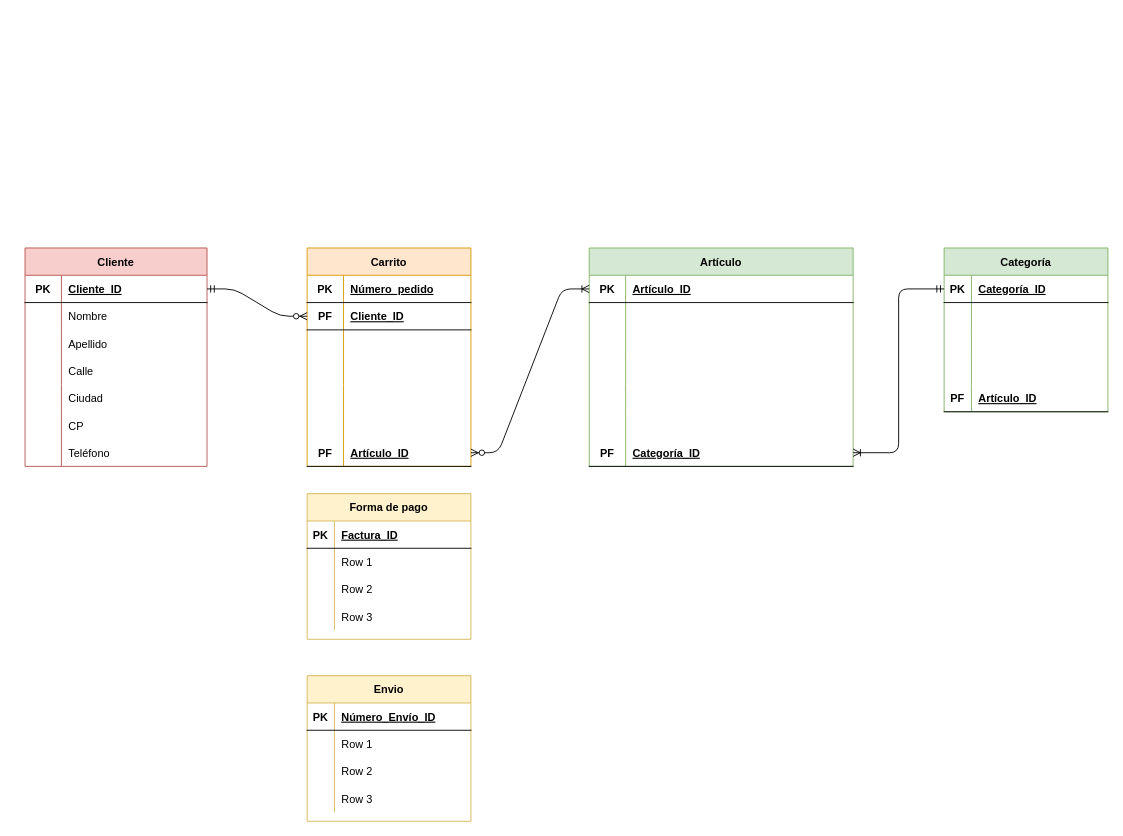
fabrikolof/jap_repository keeps this draw.io diagram as Untitled Diagram.drawio. Above is the earlier version. Source tidied: cells renumbered, new cells numbered last; positions are measured from the earlier drawing's top-left corner, leaving out a move shared by most shapes. Both pictures are drawn from the tidied source at 91%, with x=0, y=0 at pixel (25, 248).
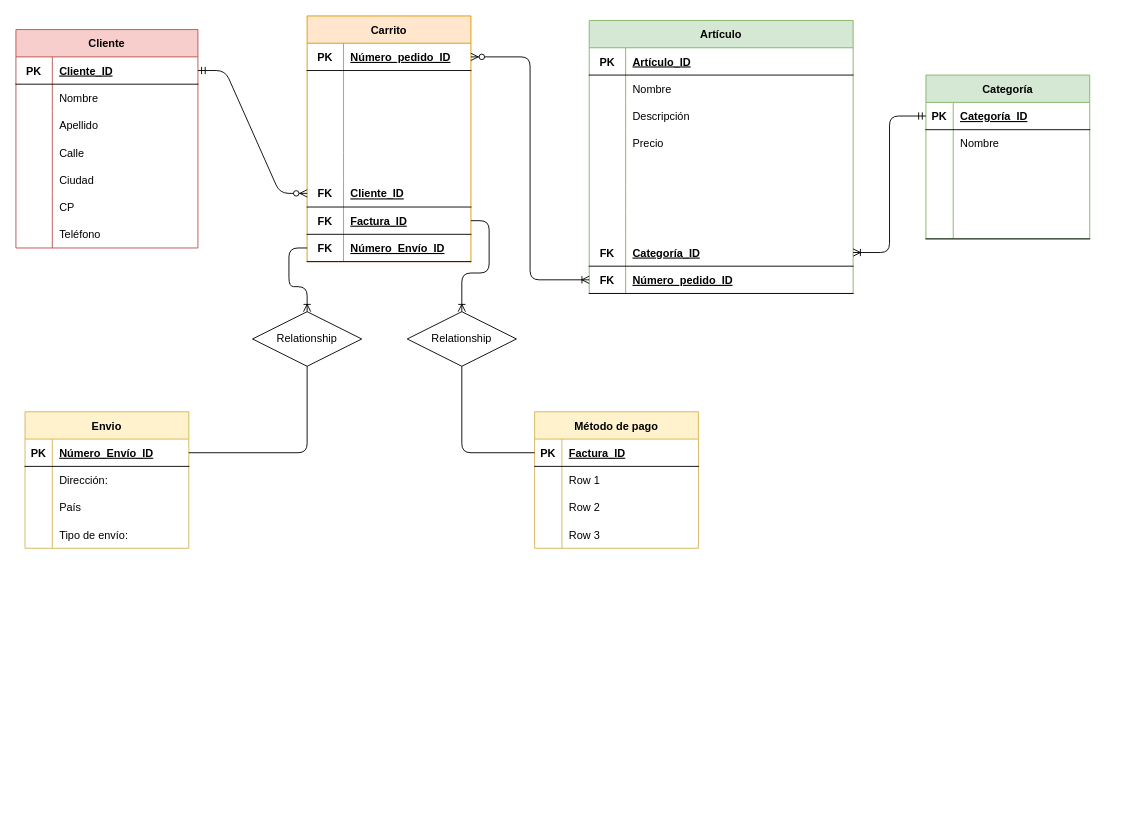
The same diagram, later.

Unchanged cells that the change refers to:
```xml
<mxCell id="25" style="shape=partialRectangle;fillColor=none;top=0;left=0;bottom=1;right=0;points=[[0,0.5],[1,0.5]];portConstraint=eastwest;" parent="24" vertex="1">
  <mxGeometry y="30" width="290" height="30" as="geometry" />
</mxCell>
<mxCell id="28" style="shape=partialRectangle;fillColor=none;top=0;left=0;bottom=0;right=0;" parent="24" vertex="1">
  <mxGeometry y="60" width="290" height="30" as="geometry" />
</mxCell>
<mxCell id="31" style="shape=partialRectangle;fillColor=none;top=0;left=0;bottom=0;right=0;" parent="24" vertex="1">
  <mxGeometry y="90" width="290" height="30" as="geometry" />
</mxCell>
<mxCell id="34" style="shape=partialRectangle;fillColor=none;top=0;left=0;bottom=0;right=0;" parent="24" vertex="1">
  <mxGeometry y="120" width="290" height="30" as="geometry" />
</mxCell>
<mxCell id="47" style="shape=partialRectangle;fillColor=none;top=0;left=0;bottom=1;right=0;points=[[0,0.5],[1,0.5]];portConstraint=eastwest;" parent="46" vertex="1">
  <mxGeometry y="30" width="180" height="30" as="geometry" />
</mxCell>
<mxCell id="65" style="shape=partialRectangle;fillColor=none;top=0;left=0;bottom=1;right=0;points=[[0,0.5],[1,0.5]];portConstraint=eastwest;" parent="46" vertex="1">
  <mxGeometry y="210" width="180" height="30" as="geometry" />
</mxCell>
<mxCell id="72" style="shape=partialRectangle;fillColor=none;top=0;left=0;bottom=0;right=0;" parent="68" vertex="1">
  <mxGeometry y="60" width="180" height="30" as="geometry" />
</mxCell>
<mxCell id="81" style="shape=partialRectangle;fillColor=none;top=0;left=0;bottom=1;right=0;" parent="68" vertex="1">
  <mxGeometry y="150" width="180" height="30" as="geometry" />
</mxCell>
<mxCell id="85" style="shape=partialRectangle;fillColor=none;top=0;left=0;bottom=1;right=0;points=[[0,0.5],[1,0.5]];portConstraint=eastwest;" parent="84" vertex="1">
  <mxGeometry y="30" width="180" height="30" as="geometry" />
</mxCell>
<mxCell id="88" style="shape=partialRectangle;fillColor=none;top=0;left=0;bottom=0;right=0;" parent="84" vertex="1">
  <mxGeometry y="60" width="180" height="30" as="geometry" />
</mxCell>
<mxCell id="91" style="shape=partialRectangle;fillColor=none;top=0;left=0;bottom=0;right=0;" parent="84" vertex="1">
  <mxGeometry y="90" width="180" height="30" as="geometry" />
</mxCell>
<mxCell id="94" style="shape=partialRectangle;fillColor=none;top=0;left=0;bottom=0;right=0;" parent="84" vertex="1">
  <mxGeometry y="120" width="180" height="30" as="geometry" />
</mxCell>
<mxCell id="98" style="shape=partialRectangle;fillColor=none;top=0;left=0;bottom=1;right=0;points=[[0,0.5],[1,0.5]];portConstraint=eastwest;" parent="97" vertex="1">
  <mxGeometry y="30" width="180" height="30" as="geometry" />
</mxCell>
```

What changed in the source:
```diff
@@
     <mxCell id="2" value="Cliente" style="shape=table;startSize=30;childLayout=tableLayout;rowLines=0;fontStyle=1;align=center;fillColor=#f8cecc;strokeColor=#b85450;" parent="1" vertex="1">
-      <mxGeometry width="200" height="240" as="geometry" />
+      <mxGeometry x="-10" y="-240" width="200" height="240" as="geometry" />
     </mxCell>
@@
     <mxCell id="24" value="Artículo" style="shape=table;startSize=30;childLayout=tableLayout;rowLines=0;fontStyle=1;align=center;fillColor=#d5e8d4;strokeColor=#82b366;" parent="1" vertex="1">
-      <mxGeometry x="620" width="290" height="240" as="geometry" />
+      <mxGeometry x="620" y="-250" width="290" height="300" as="geometry" />
     </mxCell>
@@
-    <mxCell id="30" style="shape=partialRectangle;fillColor=none;top=0;left=0;bottom=0;right=0;align=left;spacingLeft=6;overflow=hidden;" parent="28" vertex="1">
+    <mxCell id="30" value="Nombre" style="shape=partialRectangle;fillColor=none;top=0;left=0;bottom=0;right=0;align=left;spacingLeft=6;overflow=hidden;" parent="28" vertex="1">
       <mxGeometry x="40" width="250" height="30" as="geometry" />
     </mxCell>
@@
-    <mxCell id="33" style="shape=partialRectangle;fillColor=none;top=0;left=0;bottom=0;right=0;align=left;spacingLeft=6;overflow=hidden;" parent="31" vertex="1">
+    <mxCell id="33" value="Descripción" style="shape=partialRectangle;fillColor=none;top=0;left=0;bottom=0;right=0;align=left;spacingLeft=6;overflow=hidden;" parent="31" vertex="1">
       <mxGeometry x="40" width="250" height="30" as="geometry" />
     </mxCell>
@@
-    <mxCell id="36" style="shape=partialRectangle;fillColor=none;top=0;left=0;bottom=0;right=0;align=left;spacingLeft=6;overflow=hidden;" parent="34" vertex="1">
+    <mxCell id="36" value="Precio" style="shape=partialRectangle;fillColor=none;top=0;left=0;bottom=0;right=0;align=left;spacingLeft=6;overflow=hidden;" parent="34" vertex="1">
       <mxGeometry x="40" width="250" height="30" as="geometry" />
     </mxCell>
@@
+    <mxCell id="113" style="shape=partialRectangle;fillColor=none;top=0;left=0;bottom=0;right=0;" parent="24" vertex="1">
+      <mxGeometry y="210" width="290" height="30" as="geometry" />
+    </mxCell>
+    <mxCell id="114" style="shape=partialRectangle;fillColor=none;top=0;left=0;bottom=0;right=0;overflow=hidden;" parent="113" vertex="1">
+      <mxGeometry width="40" height="30" as="geometry" />
+    </mxCell>
+    <mxCell id="115" style="shape=partialRectangle;fillColor=none;top=0;left=0;bottom=0;right=0;align=left;spacingLeft=6;overflow=hidden;" parent="113" vertex="1">
+      <mxGeometry x="40" width="250" height="30" as="geometry" />
+    </mxCell>
     <mxCell id="43" style="shape=partialRectangle;fillColor=none;top=0;left=0;bottom=1;right=0;points=[[0,0.5],[1,0.5]];portConstraint=eastwest;" parent="24" vertex="1">
-      <mxGeometry y="210" width="290" height="30" as="geometry" />
+      <mxGeometry y="240" width="290" height="30" as="geometry" />
     </mxCell>
-    <mxCell id="44" value="PF" style="shape=partialRectangle;fillColor=none;top=0;left=0;bottom=0;right=0;fontStyle=1;overflow=hidden;" parent="43" vertex="1">
+    <mxCell id="44" value="FK" style="shape=partialRectangle;fillColor=none;top=0;left=0;bottom=0;right=0;fontStyle=1;overflow=hidden;" parent="43" vertex="1">
       <mxGeometry width="40" height="30" as="geometry" />
     </mxCell>
@@
+    <mxCell id="116" style="shape=partialRectangle;fillColor=none;top=0;left=0;bottom=1;right=0;points=[[0,0.5],[1,0.5]];portConstraint=eastwest;" parent="24" vertex="1">
+      <mxGeometry y="270" width="290" height="30" as="geometry" />
+    </mxCell>
+    <mxCell id="117" value="FK" style="shape=partialRectangle;fillColor=none;top=0;left=0;bottom=0;right=0;fontStyle=1;overflow=hidden;" parent="116" vertex="1">
+      <mxGeometry width="40" height="30" as="geometry" />
+    </mxCell>
+    <mxCell id="118" value="Número_pedido_ID" style="shape=partialRectangle;fillColor=none;top=0;left=0;bottom=0;right=0;align=left;spacingLeft=6;fontStyle=5;overflow=hidden;" parent="116" vertex="1">
+      <mxGeometry x="40" width="250" height="30" as="geometry" />
+    </mxCell>
     <mxCell id="46" value="Carrito" style="shape=table;startSize=30;childLayout=tableLayout;rowLines=0;fontStyle=1;align=center;fillColor=#ffe6cc;strokeColor=#d79b00;" parent="1" vertex="1">
-      <mxGeometry x="310" width="180" height="240" as="geometry" />
+      <mxGeometry x="310" y="-255" width="180" height="270" as="geometry" />
     </mxCell>
@@
-    <mxCell id="49" value="Número_pedido" style="shape=partialRectangle;fillColor=none;top=0;left=0;bottom=0;right=0;align=left;spacingLeft=6;fontStyle=5;overflow=hidden;" parent="47" vertex="1">
+    <mxCell id="49" value="Número_pedido_ID" style="shape=partialRectangle;fillColor=none;top=0;left=0;bottom=0;right=0;align=left;spacingLeft=6;fontStyle=5;overflow=hidden;" parent="47" vertex="1">
       <mxGeometry x="40" width="140" height="30" as="geometry" />
     </mxCell>
-    <mxCell id="50" style="shape=partialRectangle;fillColor=none;top=0;left=0;bottom=1;right=0;points=[[0,0.5],[1,0.5]];portConstraint=eastwest;" parent="46" vertex="1">
-      <mxGeometry y="60" width="180" height="30" as="geometry" />
-    </mxCell>
-    <mxCell id="51" value="PF" style="shape=partialRectangle;fillColor=none;top=0;left=0;bottom=0;right=0;fontStyle=1;overflow=hidden;" parent="50" vertex="1">
-      <mxGeometry width="40" height="30" as="geometry" />
-    </mxCell>
-    <mxCell id="52" value="Cliente_ID" style="shape=partialRectangle;fillColor=none;top=0;left=0;bottom=0;right=0;align=left;spacingLeft=6;fontStyle=5;overflow=hidden;" parent="50" vertex="1">
-      <mxGeometry x="40" width="140" height="30" as="geometry" />
-    </mxCell>
     <mxCell id="53" style="shape=partialRectangle;fillColor=none;top=0;left=0;bottom=0;right=0;" parent="46" vertex="1">
-      <mxGeometry y="90" width="180" height="30" as="geometry" />
+      <mxGeometry y="60" width="180" height="30" as="geometry" />
     </mxCell>
@@
     <mxCell id="56" style="shape=partialRectangle;fillColor=none;top=0;left=0;bottom=0;right=0;" parent="46" vertex="1">
-      <mxGeometry y="120" width="180" height="30" as="geometry" />
+      <mxGeometry y="90" width="180" height="30" as="geometry" />
     </mxCell>
@@
     <mxCell id="59" style="shape=partialRectangle;fillColor=none;top=0;left=0;bottom=0;right=0;" parent="46" vertex="1">
-      <mxGeometry y="150" width="180" height="30" as="geometry" />
+      <mxGeometry y="120" width="180" height="30" as="geometry" />
     </mxCell>
@@
     <mxCell id="62" style="shape=partialRectangle;fillColor=none;top=0;left=0;bottom=0;right=0;" parent="46" vertex="1">
-      <mxGeometry y="180" width="180" height="30" as="geometry" />
+      <mxGeometry y="150" width="180" height="30" as="geometry" />
     </mxCell>
@@
+    <mxCell id="50" style="shape=partialRectangle;fillColor=none;top=0;left=0;bottom=1;right=0;points=[[0,0.5],[1,0.5]];portConstraint=eastwest;" parent="46" vertex="1">
+      <mxGeometry y="180" width="180" height="30" as="geometry" />
+    </mxCell>
+    <mxCell id="51" value="FK" style="shape=partialRectangle;fillColor=none;top=0;left=0;bottom=0;right=0;fontStyle=1;overflow=hidden;" parent="50" vertex="1">
+      <mxGeometry width="40" height="30" as="geometry" />
+    </mxCell>
+    <mxCell id="52" value="Cliente_ID" style="shape=partialRectangle;fillColor=none;top=0;left=0;bottom=0;right=0;align=left;spacingLeft=6;fontStyle=5;overflow=hidden;" parent="50" vertex="1">
+      <mxGeometry x="40" width="140" height="30" as="geometry" />
+    </mxCell>
@@
-    <mxCell id="66" value="PF" style="shape=partialRectangle;fillColor=none;top=0;left=0;bottom=0;right=0;fontStyle=1;overflow=hidden;" parent="65" vertex="1">
-      <mxGeometry width="40" height="30" as="geometry" />
-    </mxCell>
-    <mxCell id="67" value="Artículo_ID" style="shape=partialRectangle;fillColor=none;top=0;left=0;bottom=0;right=0;align=left;spacingLeft=6;fontStyle=5;overflow=hidden;" parent="65" vertex="1">
-      <mxGeometry x="40" width="140" height="30" as="geometry" />
-    </mxCell>
+    <mxCell id="119" value="FK" style="shape=partialRectangle;fillColor=none;top=0;left=0;bottom=0;right=0;fontStyle=1;overflow=hidden;" parent="65" vertex="1">
+      <mxGeometry width="40" height="30" as="geometry" />
+    </mxCell>
+    <mxCell id="120" value="Factura_ID" style="shape=partialRectangle;fillColor=none;top=0;left=0;bottom=0;right=0;align=left;spacingLeft=6;fontStyle=5;overflow=hidden;" parent="65" vertex="1">
+      <mxGeometry x="40" width="140" height="30" as="geometry" />
+    </mxCell>
+    <mxCell id="121" style="shape=partialRectangle;fillColor=none;top=0;left=0;bottom=1;right=0;points=[[0,0.5],[1,0.5]];portConstraint=eastwest;" parent="46" vertex="1">
+      <mxGeometry y="240" width="180" height="30" as="geometry" />
+    </mxCell>
+    <mxCell id="122" value="FK" style="shape=partialRectangle;fillColor=none;top=0;left=0;bottom=0;right=0;fontStyle=1;overflow=hidden;" parent="121" vertex="1">
+      <mxGeometry width="40" height="30" as="geometry" />
+    </mxCell>
+    <mxCell id="123" value="Número_Envío_ID" style="shape=partialRectangle;fillColor=none;top=0;left=0;bottom=0;right=0;align=left;spacingLeft=6;fontStyle=5;overflow=hidden;" parent="121" vertex="1">
+      <mxGeometry x="40" width="140" height="30" as="geometry" />
+    </mxCell>
     <mxCell id="68" value="Categoría" style="shape=table;startSize=30;childLayout=tableLayout;rowLines=0;fontStyle=1;align=center;fillColor=#d5e8d4;strokeColor=#82b366;" parent="1" vertex="1">
-      <mxGeometry x="1010" width="180" height="180" as="geometry" />
+      <mxGeometry x="990" y="-190" width="180" height="180" as="geometry" />
     </mxCell>
@@
-    <mxCell id="74" style="shape=partialRectangle;fillColor=none;top=0;left=0;bottom=0;right=0;align=left;spacingLeft=6;overflow=hidden;" parent="72" vertex="1">
+    <mxCell id="74" value="Nombre" style="shape=partialRectangle;fillColor=none;top=0;left=0;bottom=0;right=0;align=left;spacingLeft=6;overflow=hidden;" parent="72" vertex="1">
       <mxGeometry x="30" width="150" height="30" as="geometry" />
     </mxCell>
@@
-    <mxCell id="82" value="PF" style="shape=partialRectangle;fillColor=none;top=0;left=0;bottom=0;right=0;fontStyle=1;overflow=hidden;" parent="81" vertex="1">
+    <mxCell id="82" style="shape=partialRectangle;fillColor=none;top=0;left=0;bottom=0;right=0;fontStyle=1;overflow=hidden;" parent="81" vertex="1">
       <mxGeometry width="30" height="30" as="geometry" />
     </mxCell>
-    <mxCell id="83" value="Artículo_ID" style="shape=partialRectangle;fillColor=none;top=0;left=0;bottom=0;right=0;align=left;spacingLeft=6;fontStyle=5;overflow=hidden;" parent="81" vertex="1">
+    <mxCell id="83" style="shape=partialRectangle;fillColor=none;top=0;left=0;bottom=0;right=0;align=left;spacingLeft=6;fontStyle=5;overflow=hidden;" parent="81" vertex="1">
       <mxGeometry x="30" width="150" height="30" as="geometry" />
     </mxCell>
     <mxCell id="84" value="Envio" style="shape=table;startSize=30;childLayout=tableLayout;rowLines=0;fontStyle=1;align=center;fillColor=#fff2cc;strokeColor=#d6b656;" parent="1" vertex="1">
-      <mxGeometry x="310" y="470" width="180" height="160" as="geometry" />
+      <mxGeometry y="180" width="180" height="150" as="geometry" />
     </mxCell>
@@
-    <mxCell id="90" value="Row 1" style="shape=partialRectangle;fillColor=none;top=0;left=0;bottom=0;right=0;align=left;spacingLeft=6;overflow=hidden;" parent="88" vertex="1">
+    <mxCell id="90" value="Dirección:" style="shape=partialRectangle;fillColor=none;top=0;left=0;bottom=0;right=0;align=left;spacingLeft=6;overflow=hidden;" parent="88" vertex="1">
       <mxGeometry x="30" width="150" height="30" as="geometry" />
     </mxCell>
@@
-    <mxCell id="93" value="Row 2" style="shape=partialRectangle;fillColor=none;top=0;left=0;bottom=0;right=0;align=left;spacingLeft=6;overflow=hidden;" parent="91" vertex="1">
+    <mxCell id="93" value="País" style="shape=partialRectangle;fillColor=none;top=0;left=0;bottom=0;right=0;align=left;spacingLeft=6;overflow=hidden;" parent="91" vertex="1">
       <mxGeometry x="30" width="150" height="30" as="geometry" />
     </mxCell>
@@
-    <mxCell id="96" value="Row 3" style="shape=partialRectangle;fillColor=none;top=0;left=0;bottom=0;right=0;align=left;spacingLeft=6;overflow=hidden;" parent="94" vertex="1">
+    <mxCell id="96" value="Tipo de envío:" style="shape=partialRectangle;fillColor=none;top=0;left=0;bottom=0;right=0;align=left;spacingLeft=6;overflow=hidden;" parent="94" vertex="1">
       <mxGeometry x="30" width="150" height="30" as="geometry" />
     </mxCell>
-    <mxCell id="97" value="Forma de pago" style="shape=table;startSize=30;childLayout=tableLayout;rowLines=0;fontStyle=1;align=center;fillColor=#fff2cc;strokeColor=#d6b656;" parent="1" vertex="1">
-      <mxGeometry x="310" y="270" width="180" height="160" as="geometry" />
+    <mxCell id="97" value="Método de pago" style="shape=table;startSize=30;childLayout=tableLayout;rowLines=0;fontStyle=1;align=center;fillColor=#fff2cc;strokeColor=#d6b656;" parent="1" vertex="1">
+      <mxGeometry x="560" y="180" width="180" height="150" as="geometry" />
     </mxCell>
@@
-    <mxCell id="111" style="edgeStyle=entityRelationEdgeStyle;fontSize=12;html=1;endArrow=ERoneToMany;exitX=1;exitY=0.5;exitDx=0;exitDy=0;startArrow=ERzeroToMany;startFill=1;" parent="1" edge="1" source="65" target="25">
-      <mxGeometry relative="1" as="geometry" />
-    </mxCell>
@@
+    <mxCell id="124" style="edgeStyle=orthogonalEdgeStyle;rounded=1;jettySize=auto;html=1;entryX=1;entryY=0.5;entryDx=0;entryDy=0;startArrow=ERoneToMany;startFill=0;endArrow=ERzeroToMany;endFill=1;" parent="1" edge="1" source="116" target="47">
+      <mxGeometry relative="1" as="geometry" />
+    </mxCell>
+    <mxCell id="125" style="edgeStyle=orthogonalEdgeStyle;rounded=1;jettySize=auto;html=1;startArrow=none;startFill=0;endArrow=none;endFill=0;entryX=0.5;entryY=1;entryDx=0;entryDy=0;" parent="1" edge="1" source="85" target="130">
+      <mxGeometry relative="1" as="geometry" />
+    </mxCell>
+    <mxCell id="126" style="edgeStyle=orthogonalEdgeStyle;rounded=1;jettySize=auto;html=1;startArrow=none;startFill=0;endArrow=none;endFill=0;entryX=0.5;entryY=1;entryDx=0;entryDy=0;" parent="1" edge="1" source="98" target="128">
+      <mxGeometry relative="1" as="geometry" />
+    </mxCell>
+    <mxCell id="127" style="edgeStyle=orthogonalEdgeStyle;rounded=1;jettySize=auto;html=1;startArrow=ERoneToMany;startFill=0;endArrow=none;endFill=0;" parent="1" edge="1" source="128" target="65">
+      <mxGeometry relative="1" as="geometry" />
+    </mxCell>
+    <mxCell id="128" value="Relationship" style="shape=rhombus;perimeter=rhombusPerimeter;whiteSpace=wrap;html=1;align=center;fillColor=none;gradientColor=none;" parent="1" vertex="1">
+      <mxGeometry x="420" y="70" width="120" height="60" as="geometry" />
+    </mxCell>
+    <mxCell id="129" style="edgeStyle=orthogonalEdgeStyle;rounded=1;jettySize=auto;html=1;entryX=0;entryY=0.5;entryDx=0;entryDy=0;startArrow=ERoneToMany;startFill=0;endArrow=none;endFill=0;" parent="1" edge="1" source="130" target="121">
+      <mxGeometry relative="1" as="geometry" />
+    </mxCell>
+    <mxCell id="130" value="Relationship" style="shape=rhombus;perimeter=rhombusPerimeter;whiteSpace=wrap;html=1;align=center;fillColor=none;gradientColor=none;" parent="1" vertex="1">
+      <mxGeometry x="250" y="70" width="120" height="60" as="geometry" />
+    </mxCell>
```
